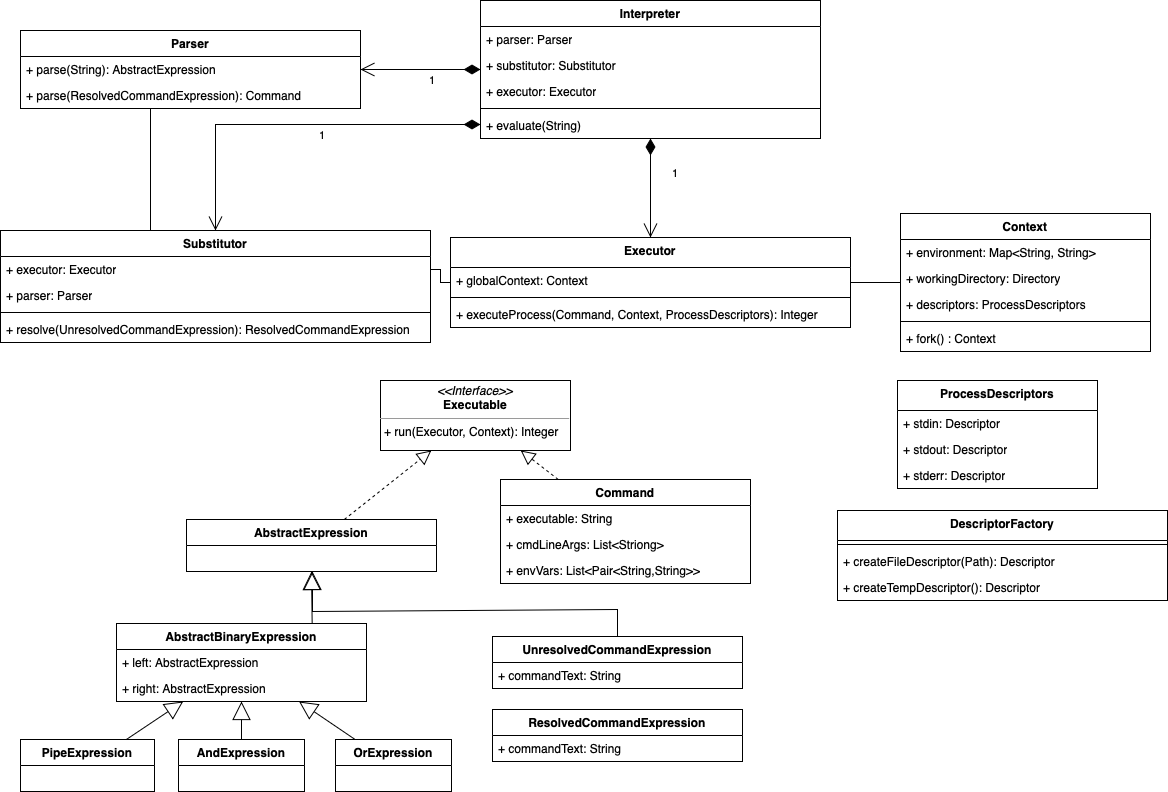
The draw.io diagram hw1-cli/class.png in gvsem/software-design-course, before a commit. Source tidied: cells renumbered, new cells last; positions are measured from the earlier drawing's top-left corner, leaving out a move shared by most shapes.
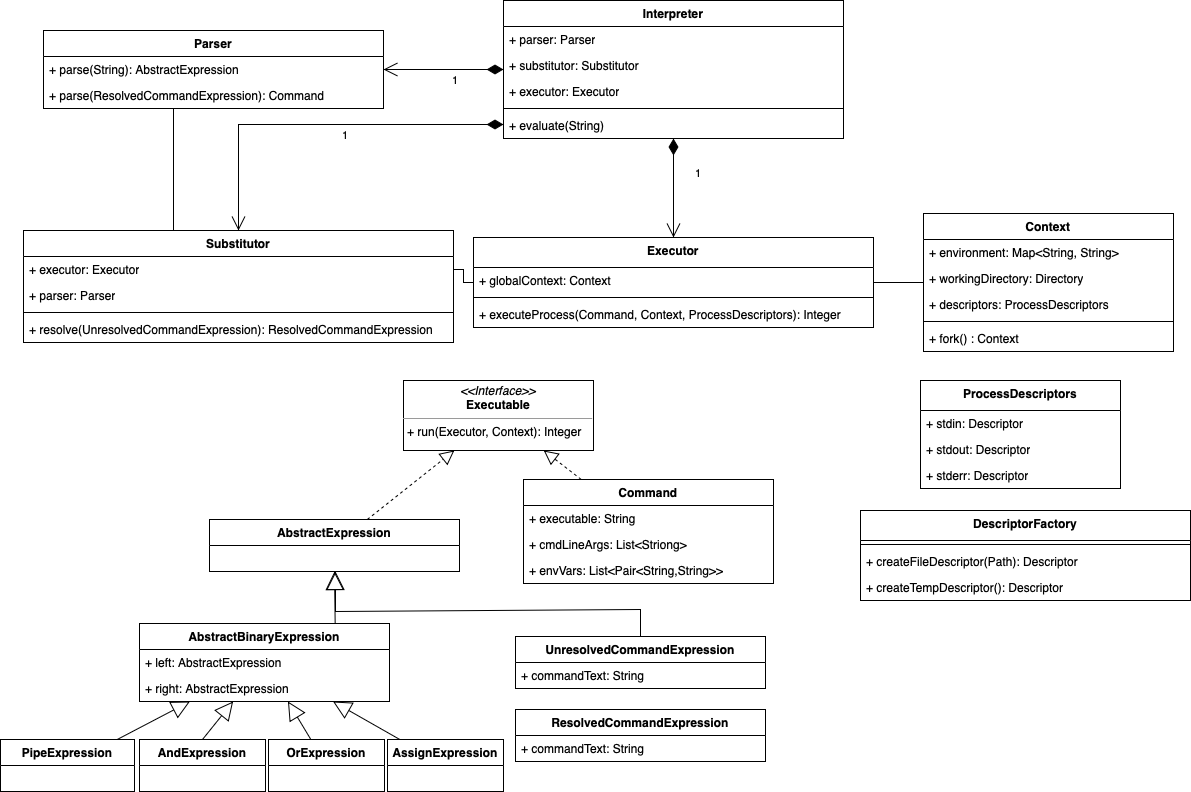
After the change.

Change to the diagram source:
```diff
@@ -69,13 +69,13 @@
       <mxGeometry y="112" width="250" height="26" as="geometry" />
     </mxCell>
     <mxCell id="24" value="PipeExpression" style="swimlane;fontStyle=1;align=center;verticalAlign=top;horizontal=1;startSize=26;whiteSpace=wrap;html=1;" parent="1" vertex="1">
-      <mxGeometry x="20" y="739" width="134" height="52" as="geometry" />
+      <mxGeometry x="-23" y="739" width="134" height="52" as="geometry" />
     </mxCell>
     <mxCell id="25" value="OrExpression" style="swimlane;fontStyle=1;align=center;verticalAlign=top;horizontal=1;startSize=26;whiteSpace=wrap;html=1;" parent="1" vertex="1">
-      <mxGeometry x="335" y="739" width="116" height="52" as="geometry" />
+      <mxGeometry x="245" y="739" width="116" height="52" as="geometry" />
     </mxCell>
     <mxCell id="26" value="AndExpression" style="swimlane;fontStyle=1;align=center;verticalAlign=top;horizontal=1;startSize=26;whiteSpace=wrap;html=1;" parent="1" vertex="1">
-      <mxGeometry x="178" y="739" width="126" height="52" as="geometry" />
+      <mxGeometry x="116" y="739" width="126" height="52" as="geometry" />
     </mxCell>
     <mxCell id="27" value="AbstractExpression" style="swimlane;fontStyle=1;align=center;verticalAlign=top;horizontal=1;startSize=26;whiteSpace=wrap;html=1;" parent="1" vertex="1">
       <mxGeometry x="186" y="519" width="250" height="52" as="geometry" />
@@ -202,5 +202,11 @@
     <mxCell id="62" style="endArrow=block;dashed=1;endFill=0;endSize=12;html=1;rounded=0;" parent="1" edge="1" source="2" target="60">
       <mxGeometry relative="1" as="geometry" />
     </mxCell>
+    <mxCell id="63" value="AssignExpression" style="swimlane;fontStyle=1;align=center;verticalAlign=top;horizontal=1;startSize=26;whiteSpace=wrap;html=1;" parent="1" vertex="1">
+      <mxGeometry x="364" y="739" width="116" height="52" as="geometry" />
+    </mxCell>
+    <mxCell id="64" style="endArrow=block;endSize=16;endFill=0;html=1;rounded=0;" parent="1" edge="1" source="63" target="50">
+      <mxGeometry relative="1" as="geometry" />
+    </mxCell>
   </root>
 </mxGraphModel>
```
